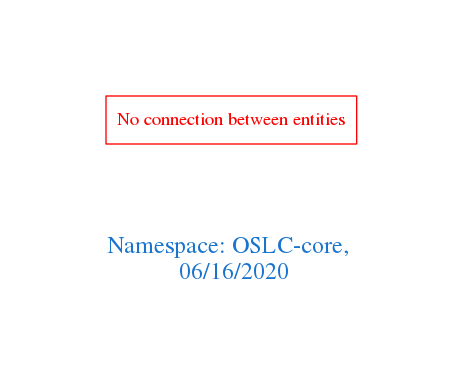
arago/OGIT keeps this Graphviz diagram as downloads/OSLC-core.png. Above is the earlier version. Its source is kept beside it as downloads/OSLC-core.dot.
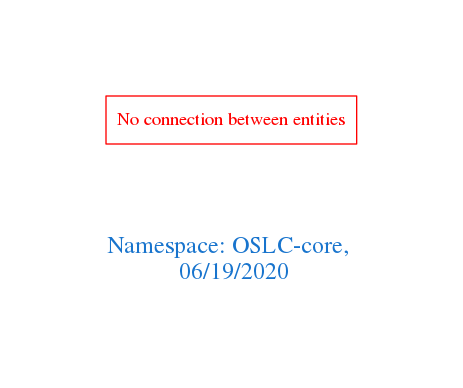
The same diagram one commit later.

Change to the diagram source:
```diff
@@ -1,7 +1,7 @@
 digraph OGIT_ontology {
  graph [ rankdir= LR,pad=1
 fontsize = 18,
-fontcolor= dodgerblue3,label = "\n\n\nNamespace: OSLC-core, \n 06/16/2020"];
+fontcolor= dodgerblue3,label = "\n\n\nNamespace: OSLC-core, \n 06/19/2020"];
 node[shape=polygon];
 edge [  color="gray81"];
 
```
